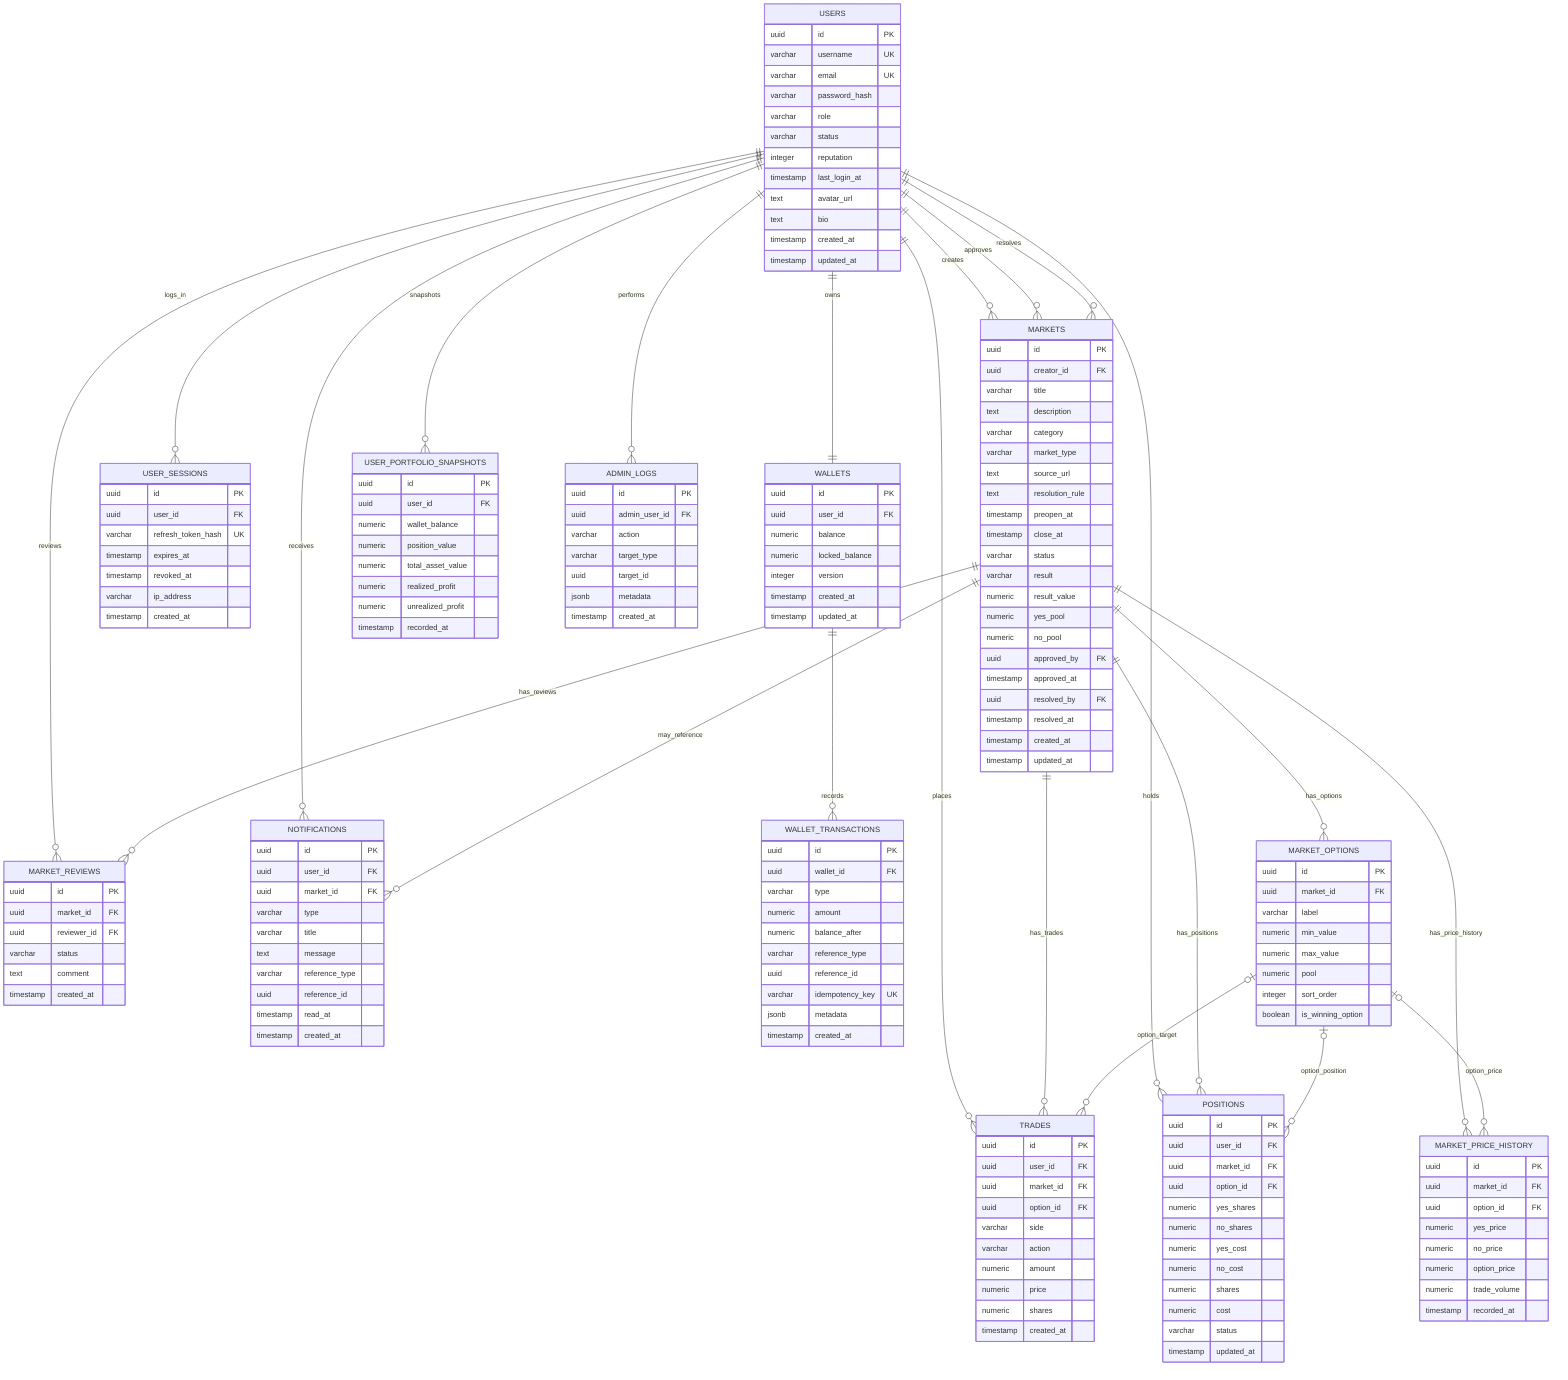
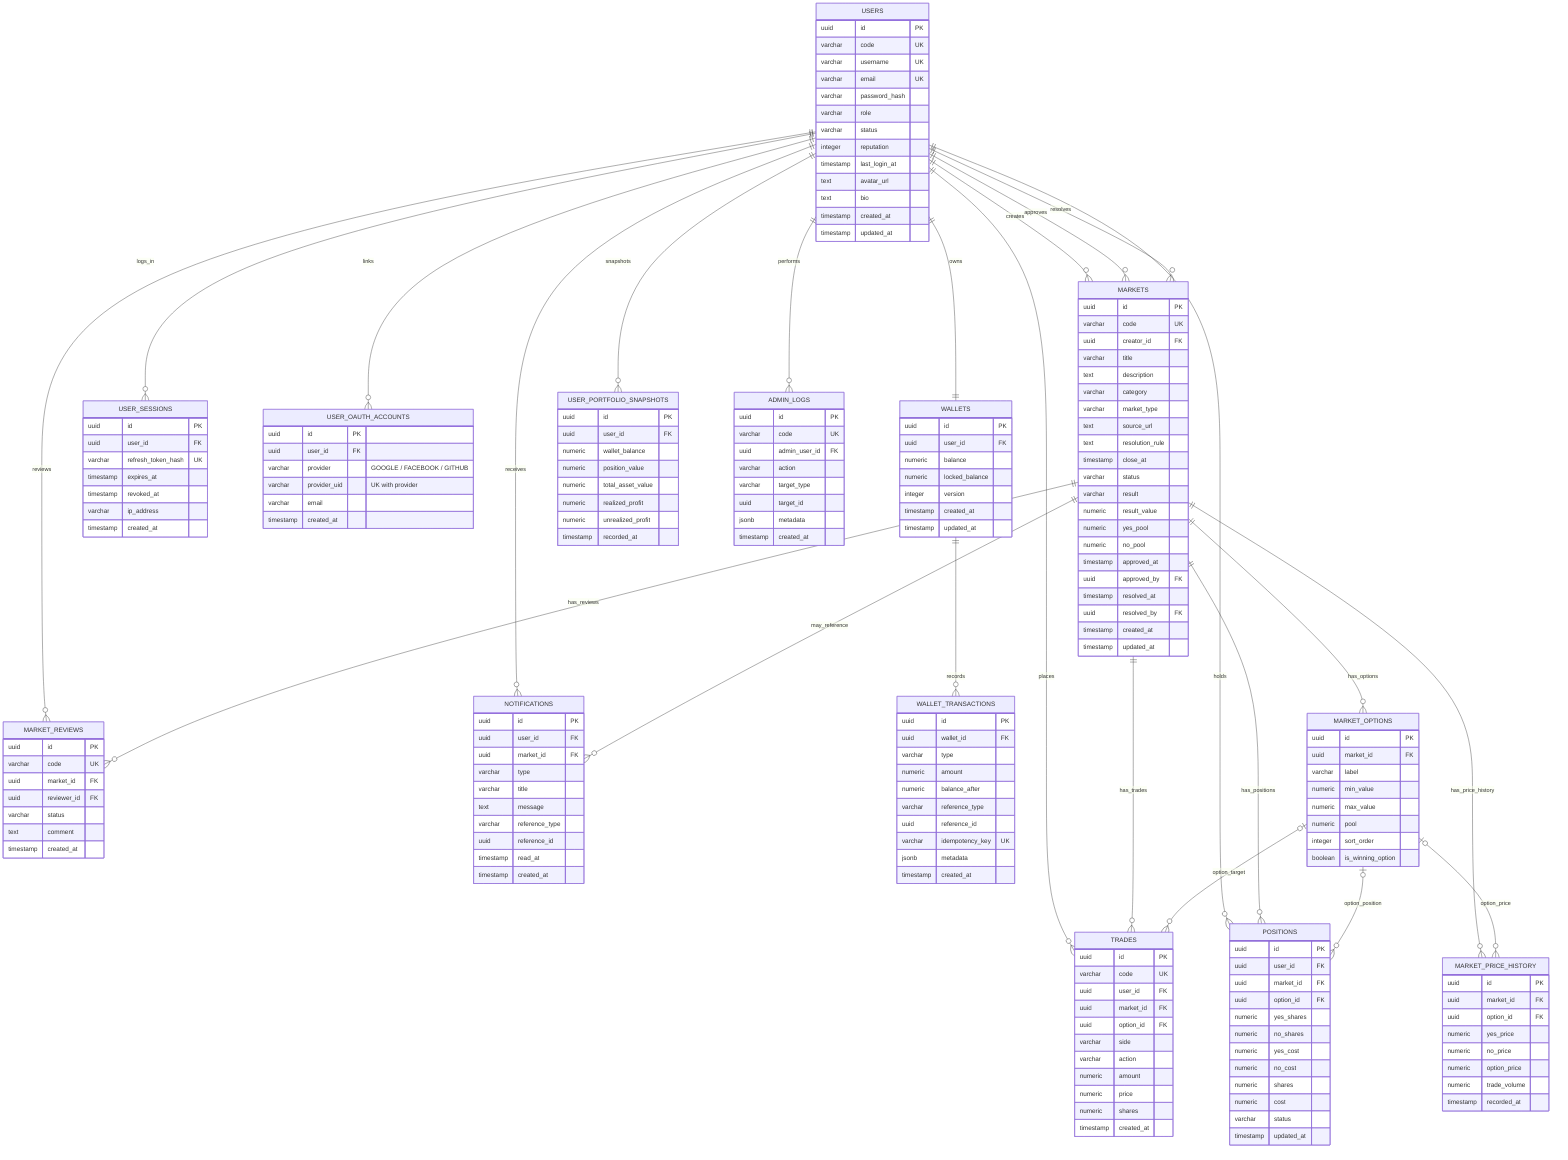
erDiagram
    USERS ||--|| WALLETS : owns
    USERS ||--o{ USER_SESSIONS : logs_in
+     USERS ||--o{ USER_OAUTH_ACCOUNTS : links
    USERS ||--o{ MARKETS : creates
    USERS ||--o{ MARKETS : approves
    USERS ||--o{ MARKETS : resolves
    USERS ||--o{ MARKET_REVIEWS : reviews
    USERS ||--o{ TRADES : places
    USERS ||--o{ POSITIONS : holds
    USERS ||--o{ USER_PORTFOLIO_SNAPSHOTS : snapshots
    USERS ||--o{ NOTIFICATIONS : receives
    USERS ||--o{ ADMIN_LOGS : performs
    WALLETS ||--o{ WALLET_TRANSACTIONS : records
    MARKETS ||--o{ MARKET_REVIEWS : has_reviews
    MARKETS ||--o{ MARKET_OPTIONS : has_options
    MARKETS ||--o{ TRADES : has_trades
    MARKETS ||--o{ POSITIONS : has_positions
    MARKETS ||--o{ MARKET_PRICE_HISTORY : has_price_history
    MARKETS ||--o{ NOTIFICATIONS : may_reference
    MARKET_OPTIONS |o--o{ TRADES : option_target
    MARKET_OPTIONS |o--o{ POSITIONS : option_position
    MARKET_OPTIONS |o--o{ MARKET_PRICE_HISTORY : option_price

    USERS {
        uuid id PK
+         varchar code UK
        varchar username UK
        varchar email UK
        varchar password_hash
        varchar role
        varchar status
        integer reputation
        timestamp last_login_at
        text avatar_url
        text bio
        timestamp created_at
        timestamp updated_at
    }
    USER_SESSIONS {
        uuid id PK
        uuid user_id FK
        varchar refresh_token_hash UK
        timestamp expires_at
        timestamp revoked_at
        varchar ip_address
+         timestamp created_at
+     }
+     USER_OAUTH_ACCOUNTS {
+         uuid id PK
+         uuid user_id FK
+         varchar provider "GOOGLE / FACEBOOK / GITHUB"
+         varchar provider_uid "UK with provider"
+         varchar email
        timestamp created_at
    }
    WALLETS {
        uuid id PK
        uuid user_id FK
        numeric balance
        numeric locked_balance
        integer version
        timestamp created_at
        timestamp updated_at
    }
    WALLET_TRANSACTIONS {
        uuid id PK
        uuid wallet_id FK
        varchar type
        numeric amount
        numeric balance_after
        varchar reference_type
        uuid reference_id
        varchar idempotency_key UK
        jsonb metadata
        timestamp created_at
    }
    MARKETS {
        uuid id PK
+         varchar code UK
        uuid creator_id FK
        varchar title
        text description
        varchar category
        varchar market_type
        text source_url
        text resolution_rule
-         timestamp preopen_at
        timestamp close_at
        varchar status
        varchar result
        numeric result_value
        numeric yes_pool
        numeric no_pool
+         timestamp approved_at
        uuid approved_by FK
-         timestamp approved_at
+         timestamp resolved_at
        uuid resolved_by FK
-         timestamp resolved_at
        timestamp created_at
        timestamp updated_at
    }
    MARKET_REVIEWS {
        uuid id PK
+         varchar code UK
        uuid market_id FK
        uuid reviewer_id FK
        varchar status
        text comment
        timestamp created_at
    }
    MARKET_OPTIONS {
        uuid id PK
        uuid market_id FK
        varchar label
        numeric min_value
        numeric max_value
        numeric pool
        integer sort_order
        boolean is_winning_option
    }
    TRADES {
        uuid id PK
+         varchar code UK
        uuid user_id FK
        uuid market_id FK
        uuid option_id FK
        varchar side
        varchar action
        numeric amount
        numeric price
        numeric shares
        timestamp created_at
    }
    POSITIONS {
        uuid id PK
        uuid user_id FK
        uuid market_id FK
        uuid option_id FK
        numeric yes_shares
        numeric no_shares
        numeric yes_cost
        numeric no_cost
        numeric shares
        numeric cost
        varchar status
        timestamp updated_at
    }
    MARKET_PRICE_HISTORY {
        uuid id PK
        uuid market_id FK
        uuid option_id FK
        numeric yes_price
        numeric no_price
        numeric option_price
        numeric trade_volume
        timestamp recorded_at
    }
    USER_PORTFOLIO_SNAPSHOTS {
        uuid id PK
        uuid user_id FK
        numeric wallet_balance
        numeric position_value
        numeric total_asset_value
        numeric realized_profit
        numeric unrealized_profit
        timestamp recorded_at
    }
    NOTIFICATIONS {
        uuid id PK
        uuid user_id FK
        uuid market_id FK
        varchar type
        varchar title
        text message
        varchar reference_type
        uuid reference_id
        timestamp read_at
        timestamp created_at
    }
    ADMIN_LOGS {
        uuid id PK
+         varchar code UK
        uuid admin_user_id FK
        varchar action
        varchar target_type
        uuid target_id
        jsonb metadata
        timestamp created_at
    }
